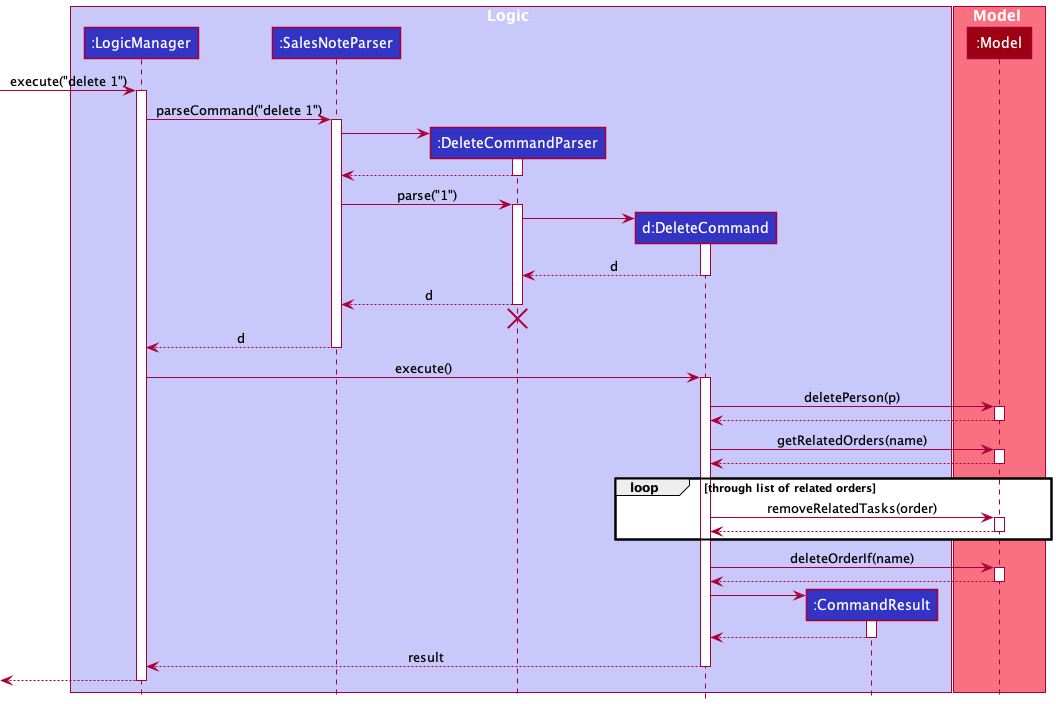
nus-cs2103-AY2122S1/tp keeps this PlantUML diagram as docs/images/DeleteSequenceDiagram.png. Above is the earlier version.
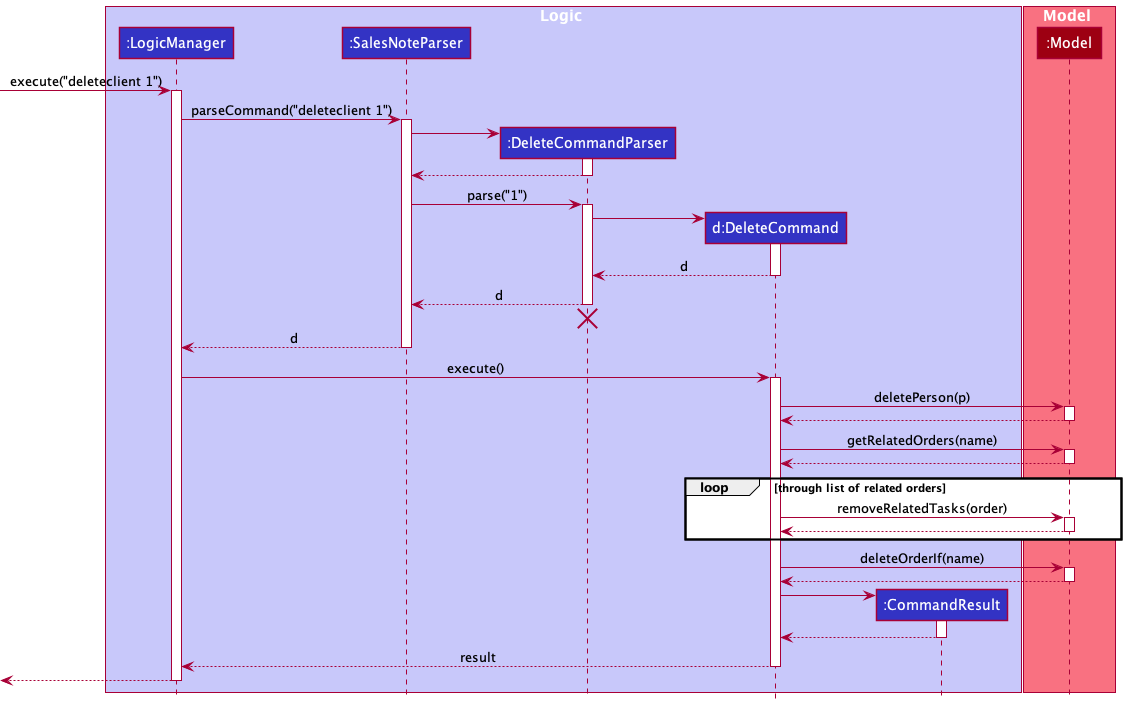
The same file after the commit.

The edit, as a diff of the source:
```diff
@@ -13,10 +13,10 @@
 participant ":Model" as Model MODEL_COLOR
 end box
 
-[-> LogicManager : execute("delete 1")
+[-> LogicManager : execute("deleteclient 1")
 activate LogicManager
 
-LogicManager -> SalesNoteParser : parseCommand("delete 1")
+LogicManager -> SalesNoteParser : parseCommand("deleteclient 1")
 activate SalesNoteParser
 
 create DeleteCommandParser
```
